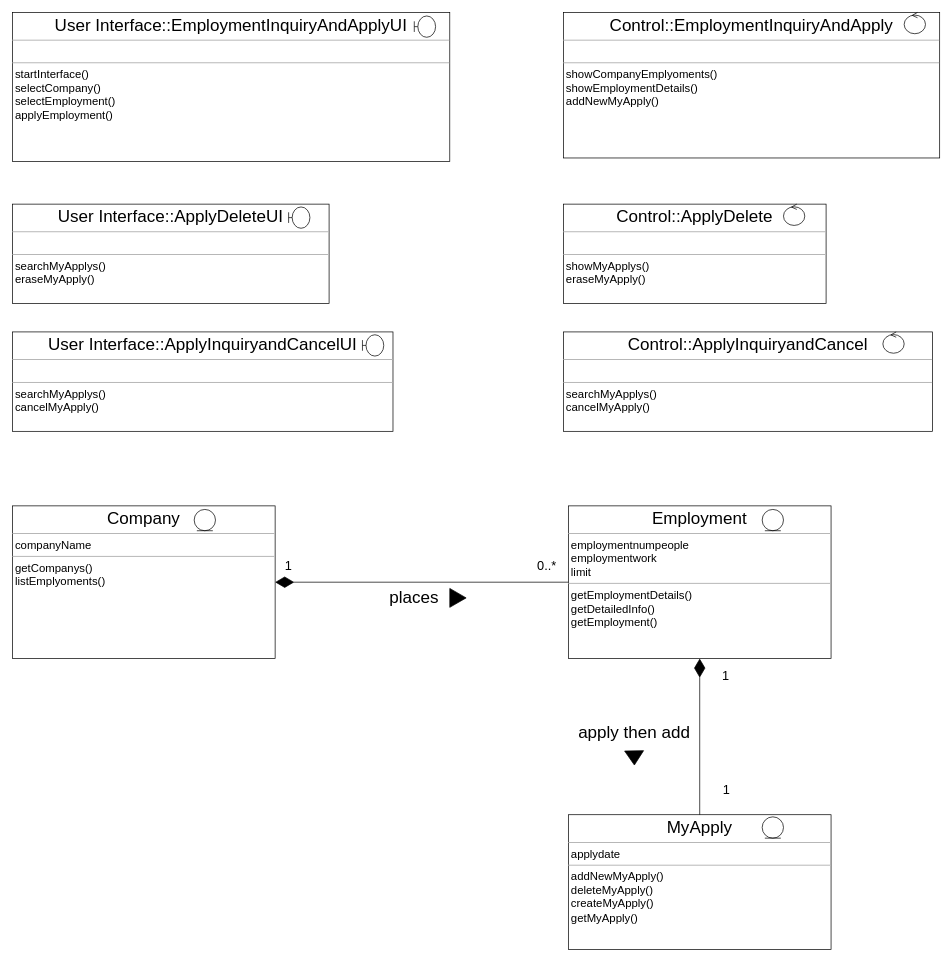
yongun2/2023-hongik-software-engineering keeps this draw.io diagram as class-diagram-JYK.drawio. Above is the earlier version. Source tidied: cells renumbered, new cells numbered last; positions are measured from the earlier drawing's top-left corner, leaving out a move shared by most shapes. Both pictures are drawn from the tidied source at 71%, with x=0, y=0 at pixel (12, 12).
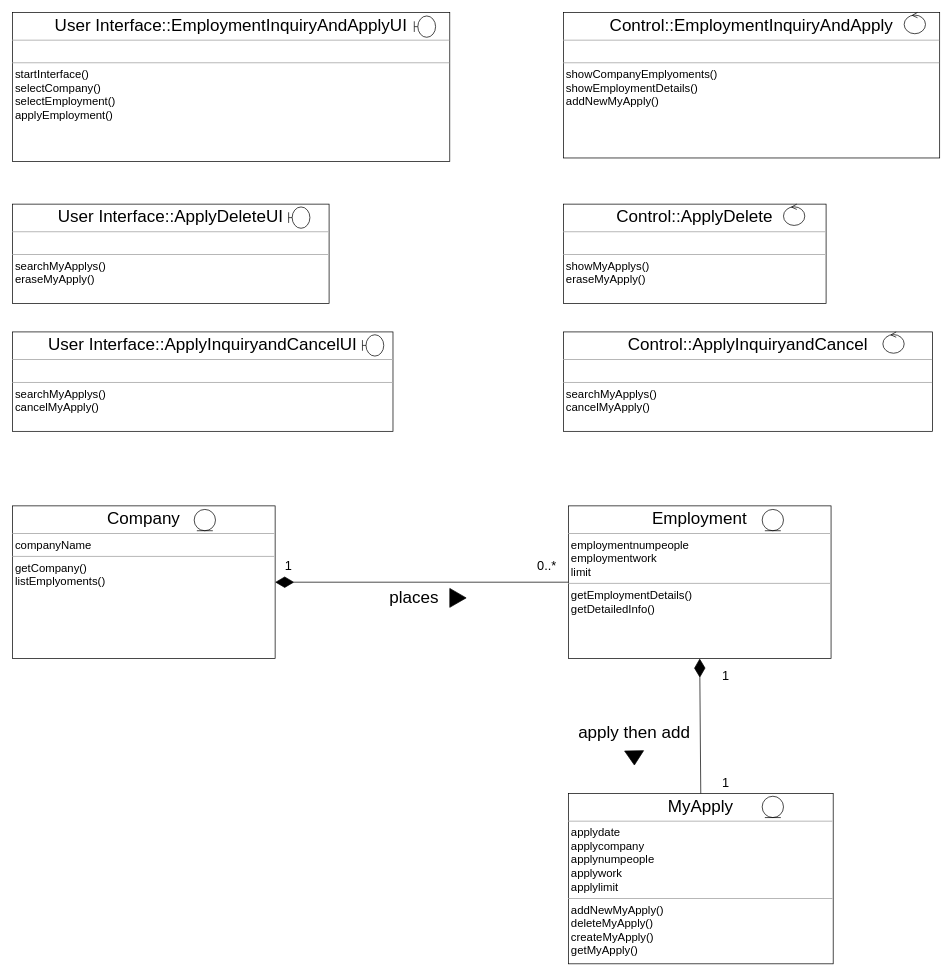
After the change.

What changed in the source:
```diff
@@
-    <mxCell id="4" value="&lt;p style=&quot;border-color: var(--border-color); text-align: center; margin: 4px 0px 0px;&quot;&gt;&lt;font style=&quot;font-size: 24px;&quot;&gt;&lt;span style=&quot;background-color: initial;&quot;&gt;Company&lt;/span&gt;&lt;br&gt;&lt;/font&gt;&lt;/p&gt;&lt;hr size=&quot;1&quot;&gt;&lt;p style=&quot;margin:0px;margin-left:4px;&quot;&gt;&lt;font size=&quot;3&quot;&gt;companyName&lt;/font&gt;&lt;/p&gt;&lt;hr size=&quot;1&quot;&gt;&lt;p style=&quot;border-color: var(--border-color); margin: 0px 0px 0px 4px;&quot;&gt;&lt;font size=&quot;3&quot;&gt;getCompanys()&lt;/font&gt;&lt;/p&gt;&lt;p style=&quot;border-color: var(--border-color); margin: 0px 0px 0px 4px;&quot;&gt;&lt;font size=&quot;3&quot;&gt;listEmplyoments()&lt;/font&gt;&lt;/p&gt;" style="verticalAlign=top;align=left;overflow=fill;fontSize=12;fontFamily=Helvetica;html=1;whiteSpace=wrap;" parent="1" vertex="1">
+    <mxCell id="4" value="&lt;p style=&quot;border-color: var(--border-color); text-align: center; margin: 4px 0px 0px;&quot;&gt;&lt;font style=&quot;font-size: 24px;&quot;&gt;&lt;span style=&quot;background-color: initial;&quot;&gt;Company&lt;/span&gt;&lt;br&gt;&lt;/font&gt;&lt;/p&gt;&lt;hr size=&quot;1&quot;&gt;&lt;p style=&quot;margin:0px;margin-left:4px;&quot;&gt;&lt;font size=&quot;3&quot;&gt;companyName&lt;/font&gt;&lt;/p&gt;&lt;hr size=&quot;1&quot;&gt;&lt;p style=&quot;border-color: var(--border-color); margin: 0px 0px 0px 4px;&quot;&gt;&lt;font size=&quot;3&quot;&gt;getCompany()&lt;/font&gt;&lt;/p&gt;&lt;p style=&quot;border-color: var(--border-color); margin: 0px 0px 0px 4px;&quot;&gt;&lt;font size=&quot;3&quot;&gt;listEmplyoments()&lt;/font&gt;&lt;/p&gt;" style="verticalAlign=top;align=left;overflow=fill;fontSize=12;fontFamily=Helvetica;html=1;whiteSpace=wrap;" parent="1" vertex="1">
       <mxGeometry y="695" width="370" height="215" as="geometry" />
     </mxCell>
-    <mxCell id="5" value="&lt;p style=&quot;border-color: var(--border-color); text-align: center; margin: 4px 0px 0px;&quot;&gt;&lt;span style=&quot;background-color: initial;&quot;&gt;&lt;font style=&quot;font-size: 24px;&quot;&gt;Employment&lt;/font&gt;&lt;/span&gt;&lt;/p&gt;&lt;hr size=&quot;1&quot;&gt;&lt;p style=&quot;margin:0px;margin-left:4px;&quot;&gt;&lt;font size=&quot;3&quot;&gt;employmentnumpeople&lt;/font&gt;&lt;/p&gt;&lt;p style=&quot;margin:0px;margin-left:4px;&quot;&gt;&lt;font size=&quot;3&quot;&gt;employmentwork&lt;/font&gt;&lt;/p&gt;&lt;p style=&quot;margin:0px;margin-left:4px;&quot;&gt;&lt;font size=&quot;3&quot;&gt;limit&lt;/font&gt;&lt;/p&gt;&lt;hr size=&quot;1&quot;&gt;&lt;p style=&quot;border-color: var(--border-color); margin: 0px 0px 0px 4px;&quot;&gt;&lt;font size=&quot;3&quot;&gt;getEmploymentDetails()&lt;/font&gt;&lt;/p&gt;&lt;p style=&quot;border-color: var(--border-color); margin: 0px 0px 0px 4px;&quot;&gt;&lt;font size=&quot;3&quot;&gt;getDetailedInfo()&lt;/font&gt;&lt;/p&gt;&lt;p style=&quot;border-color: var(--border-color); margin: 0px 0px 0px 4px;&quot;&gt;&lt;font size=&quot;3&quot;&gt;getEmployment()&lt;/font&gt;&lt;/p&gt;" style="verticalAlign=top;align=left;overflow=fill;fontSize=12;fontFamily=Helvetica;html=1;whiteSpace=wrap;" parent="1" vertex="1">
+    <mxCell id="5" value="&lt;p style=&quot;border-color: var(--border-color); text-align: center; margin: 4px 0px 0px;&quot;&gt;&lt;span style=&quot;background-color: initial;&quot;&gt;&lt;font style=&quot;font-size: 24px;&quot;&gt;Employment&lt;/font&gt;&lt;/span&gt;&lt;/p&gt;&lt;hr size=&quot;1&quot;&gt;&lt;p style=&quot;margin:0px;margin-left:4px;&quot;&gt;&lt;font size=&quot;3&quot;&gt;employmentnumpeople&lt;/font&gt;&lt;/p&gt;&lt;p style=&quot;margin:0px;margin-left:4px;&quot;&gt;&lt;font size=&quot;3&quot;&gt;employmentwork&lt;/font&gt;&lt;/p&gt;&lt;p style=&quot;margin:0px;margin-left:4px;&quot;&gt;&lt;font size=&quot;3&quot;&gt;limit&lt;/font&gt;&lt;/p&gt;&lt;hr size=&quot;1&quot;&gt;&lt;p style=&quot;border-color: var(--border-color); margin: 0px 0px 0px 4px;&quot;&gt;&lt;font size=&quot;3&quot;&gt;getEmploymentDetails()&lt;/font&gt;&lt;/p&gt;&lt;p style=&quot;border-color: var(--border-color); margin: 0px 0px 0px 4px;&quot;&gt;&lt;font size=&quot;3&quot;&gt;getDetailedInfo()&lt;/font&gt;&lt;/p&gt;" style="verticalAlign=top;align=left;overflow=fill;fontSize=12;fontFamily=Helvetica;html=1;whiteSpace=wrap;" parent="1" vertex="1">
       <mxGeometry x="783" y="695" width="370" height="215" as="geometry" />
     </mxCell>
-    <mxCell id="6" value="&lt;p style=&quot;border-color: var(--border-color); text-align: center; margin: 4px 0px 0px;&quot;&gt;&lt;span style=&quot;background-color: initial;&quot;&gt;&lt;font style=&quot;font-size: 24px;&quot;&gt;MyApply&lt;/font&gt;&lt;/span&gt;&lt;/p&gt;&lt;hr size=&quot;1&quot;&gt;&lt;p style=&quot;margin:0px;margin-left:4px;&quot;&gt;&lt;font size=&quot;3&quot;&gt;applydate&lt;/font&gt;&lt;/p&gt;&lt;hr size=&quot;1&quot;&gt;&lt;p style=&quot;border-color: var(--border-color); margin: 0px 0px 0px 4px;&quot;&gt;&lt;font size=&quot;3&quot;&gt;addNewMyApply()&lt;/font&gt;&lt;/p&gt;&lt;p style=&quot;border-color: var(--border-color); margin: 0px 0px 0px 4px;&quot;&gt;&lt;font size=&quot;3&quot;&gt;deleteMyApply()&lt;/font&gt;&lt;/p&gt;&lt;p style=&quot;border-color: var(--border-color); margin: 0px 0px 0px 4px;&quot;&gt;&lt;font size=&quot;3&quot;&gt;createMyApply()&lt;/font&gt;&lt;/p&gt;&lt;p style=&quot;border-color: var(--border-color); margin: 0px 0px 0px 4px;&quot;&gt;&lt;font size=&quot;3&quot;&gt;getMyApply()&lt;/font&gt;&lt;/p&gt;" style="verticalAlign=top;align=left;overflow=fill;fontSize=12;fontFamily=Helvetica;html=1;whiteSpace=wrap;" parent="1" vertex="1">
-      <mxGeometry x="783" y="1130" width="370" height="190" as="geometry" />
+    <mxCell id="6" value="&lt;p style=&quot;border-color: var(--border-color); text-align: center; margin: 4px 0px 0px;&quot;&gt;&lt;span style=&quot;background-color: initial;&quot;&gt;&lt;font style=&quot;font-size: 24px;&quot;&gt;MyApply&lt;/font&gt;&lt;/span&gt;&lt;/p&gt;&lt;hr size=&quot;1&quot;&gt;&lt;p style=&quot;margin:0px;margin-left:4px;&quot;&gt;&lt;font size=&quot;3&quot;&gt;applydate&lt;/font&gt;&lt;/p&gt;&lt;p style=&quot;margin:0px;margin-left:4px;&quot;&gt;&lt;font size=&quot;3&quot;&gt;applycompany&lt;/font&gt;&lt;/p&gt;&lt;p style=&quot;margin:0px;margin-left:4px;&quot;&gt;&lt;font size=&quot;3&quot;&gt;applynumpeople&lt;/font&gt;&lt;/p&gt;&lt;p style=&quot;margin:0px;margin-left:4px;&quot;&gt;&lt;font size=&quot;3&quot;&gt;applywork&lt;/font&gt;&lt;/p&gt;&lt;p style=&quot;margin:0px;margin-left:4px;&quot;&gt;&lt;font size=&quot;3&quot;&gt;applylimit&lt;/font&gt;&lt;/p&gt;&lt;hr size=&quot;1&quot;&gt;&lt;p style=&quot;border-color: var(--border-color); margin: 0px 0px 0px 4px;&quot;&gt;&lt;font size=&quot;3&quot;&gt;addNewMyApply()&lt;/font&gt;&lt;/p&gt;&lt;p style=&quot;border-color: var(--border-color); margin: 0px 0px 0px 4px;&quot;&gt;&lt;font size=&quot;3&quot;&gt;deleteMyApply()&lt;/font&gt;&lt;/p&gt;&lt;p style=&quot;border-color: var(--border-color); margin: 0px 0px 0px 4px;&quot;&gt;&lt;font size=&quot;3&quot;&gt;createMyApply()&lt;/font&gt;&lt;/p&gt;&lt;p style=&quot;border-color: var(--border-color); margin: 0px 0px 0px 4px;&quot;&gt;&lt;font size=&quot;3&quot;&gt;getMyApply()&lt;/font&gt;&lt;/p&gt;" style="verticalAlign=top;align=left;overflow=fill;fontSize=12;fontFamily=Helvetica;html=1;whiteSpace=wrap;" parent="1" vertex="1">
+      <mxGeometry x="783" y="1100" width="373" height="240" as="geometry" />
     </mxCell>
@@
     <mxCell id="16" style="ellipse;shape=umlEntity;whiteSpace=wrap;html=1;" parent="1" vertex="1">
-      <mxGeometry x="1056" y="1133" width="30" height="30" as="geometry" />
+      <mxGeometry x="1056" y="1104" width="30" height="30" as="geometry" />
     </mxCell>
@@
     <mxCell id="26" value="&lt;font style=&quot;font-size: 18px;&quot;&gt;1&lt;/font&gt;" style="text;html=1;strokeColor=none;fillColor=none;align=center;verticalAlign=middle;whiteSpace=wrap;rounded=0;" parent="1" vertex="1">
-      <mxGeometry x="976" y="1080" width="60" height="30" as="geometry" />
+      <mxGeometry x="975" y="1070" width="60" height="30" as="geometry" />
     </mxCell>
```
